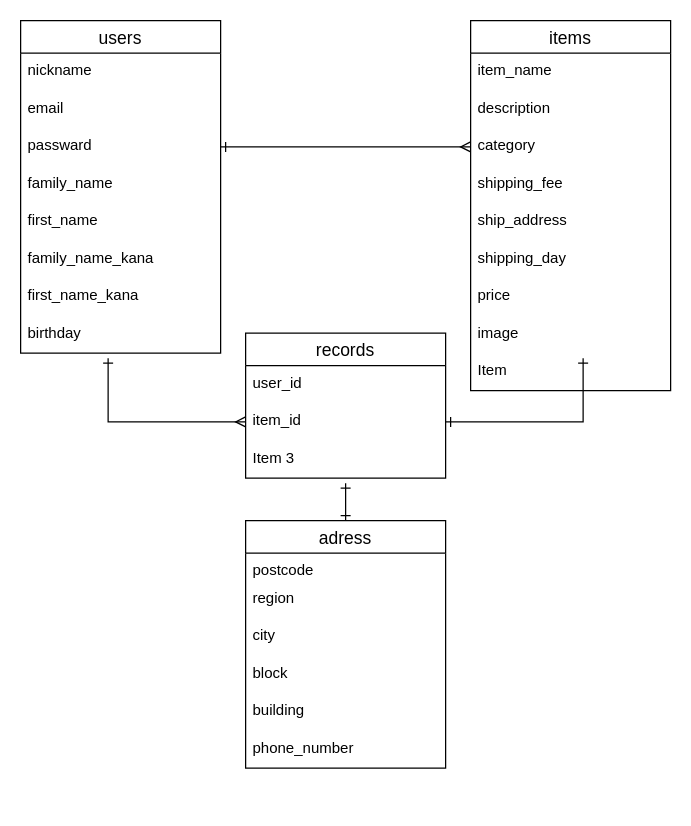
Earlier version of the draw.io diagram ER.dio (yuuji1123/furima-38682). Source tidied: cells renumbered, new cells numbered last; positions are measured from the earlier drawing's top-left corner, leaving out a move shared by most shapes. Both pictures are drawn from the tidied source at 125%, with x=0, y=0 at pixel (20, 20).
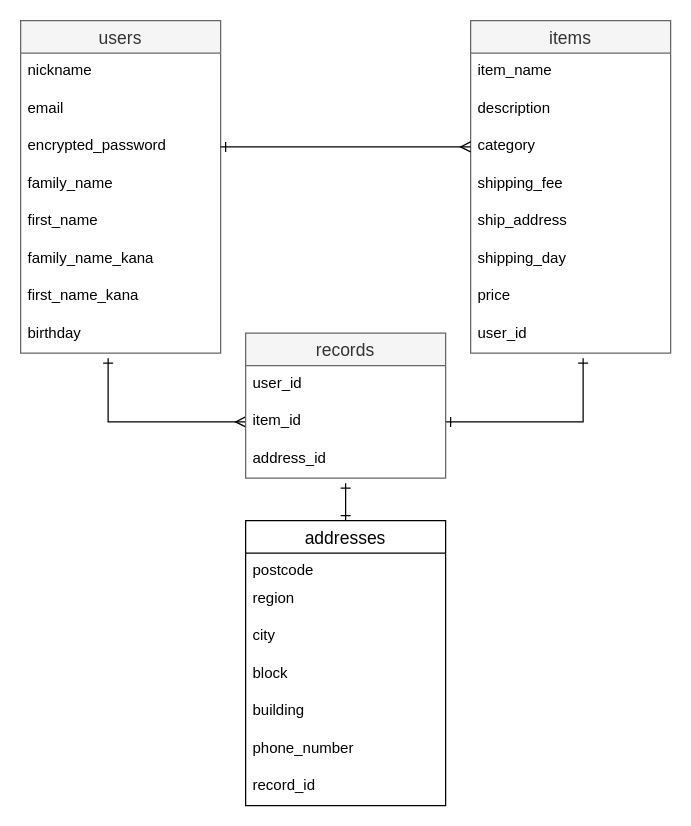
The same diagram, later.

Diff of the diagram source:
```diff
@@
-    <mxCell id="2" value="users" style="swimlane;fontStyle=0;horizontal=1;startSize=26;align=center;fontSize=14;" parent="1" vertex="1">
+    <mxCell id="2" value="users" style="swimlane;fontStyle=0;horizontal=1;startSize=26;align=center;fontSize=14;fillColor=#f5f5f5;fontColor=#333333;strokeColor=#666666;swimlaneFillColor=default;" parent="1" vertex="1">
       <mxGeometry width="160" height="266" as="geometry" />
     </mxCell>
@@
-    <mxCell id="5" value="passward" style="text;strokeColor=none;fillColor=none;spacingLeft=4;spacingRight=4;overflow=hidden;points=[[0,0.5],[1,0.5]];portConstraint=eastwest;fontSize=12;" parent="2" vertex="1">
+    <mxCell id="5" value="encrypted_password" style="text;strokeColor=none;fillColor=none;spacingLeft=4;spacingRight=4;overflow=hidden;points=[[0,0.5],[1,0.5]];portConstraint=eastwest;fontSize=12;" parent="2" vertex="1">
       <mxGeometry y="86" width="160" height="30" as="geometry" />
     </mxCell>
@@
-    <mxCell id="11" value="items" style="swimlane;fontStyle=0;horizontal=1;startSize=26;align=center;fontSize=14;" parent="1" vertex="1">
-      <mxGeometry x="360" width="160" height="296" as="geometry" />
+    <mxCell id="11" value="items" style="swimlane;fontStyle=0;horizontal=1;startSize=26;align=center;fontSize=14;fillColor=#f5f5f5;fontColor=#333333;strokeColor=#666666;swimlaneFillColor=default;" parent="1" vertex="1">
+      <mxGeometry x="360" width="160" height="266" as="geometry" />
     </mxCell>
@@
-    <mxCell id="19" value="image" style="text;strokeColor=none;fillColor=none;spacingLeft=4;spacingRight=4;overflow=hidden;fontSize=12;" parent="11" vertex="1">
-      <mxGeometry y="236" width="160" height="30" as="geometry" />
-    </mxCell>
-    <mxCell id="20" value="Item" style="text;strokeColor=none;fillColor=none;spacingLeft=4;spacingRight=4;overflow=hidden;fontSize=12;" parent="11" vertex="1">
-      <mxGeometry y="266" width="160" height="30" as="geometry" />
+    <mxCell id="20" value="user_id" style="text;strokeColor=none;fillColor=none;spacingLeft=4;spacingRight=4;overflow=hidden;fontSize=12;" parent="11" vertex="1">
+      <mxGeometry y="236" width="160" height="30" as="geometry" />
     </mxCell>
@@
-    <mxCell id="22" value="adress" style="swimlane;fontStyle=0;horizontal=1;startSize=26;align=center;fontSize=14;" parent="1" vertex="1">
-      <mxGeometry x="180" y="400" width="160" height="198" as="geometry" />
+    <mxCell id="22" value="addresses" style="swimlane;fontStyle=0;horizontal=1;startSize=26;align=center;fontSize=14;fillColor=#FFFFFF;fontColor=#000000;strokeColor=default;swimlaneFillColor=default;gradientColor=none;" parent="1" vertex="1">
+      <mxGeometry x="180" y="400" width="160" height="228" as="geometry" />
     </mxCell>
@@
+    <mxCell id="36" value="record_id" style="text;strokeColor=none;fillColor=none;spacingLeft=4;spacingRight=4;overflow=hidden;fontSize=12;" parent="22" vertex="1">
+      <mxGeometry y="198" width="160" height="30" as="geometry" />
+    </mxCell>
@@
-    <mxCell id="32" value="records" style="swimlane;fontStyle=0;horizontal=1;startSize=26;align=center;fontSize=14;" parent="1" vertex="1">
+    <mxCell id="32" value="records" style="swimlane;fontStyle=0;horizontal=1;startSize=26;align=center;fontSize=14;fillColor=#f5f5f5;fontColor=#333333;strokeColor=#666666;swimlaneFillColor=default;" parent="1" vertex="1">
       <mxGeometry x="180" y="250" width="160" height="116" as="geometry" />
     </mxCell>
@@
-    <mxCell id="35" value="Item 3" style="text;strokeColor=none;fillColor=none;spacingLeft=4;spacingRight=4;overflow=hidden;fontSize=12;" parent="32" vertex="1">
+    <mxCell id="35" value="address_id" style="text;strokeColor=none;fillColor=none;spacingLeft=4;spacingRight=4;overflow=hidden;fontSize=12;" parent="32" vertex="1">
       <mxGeometry y="86" width="160" height="30" as="geometry" />
     </mxCell>
```
